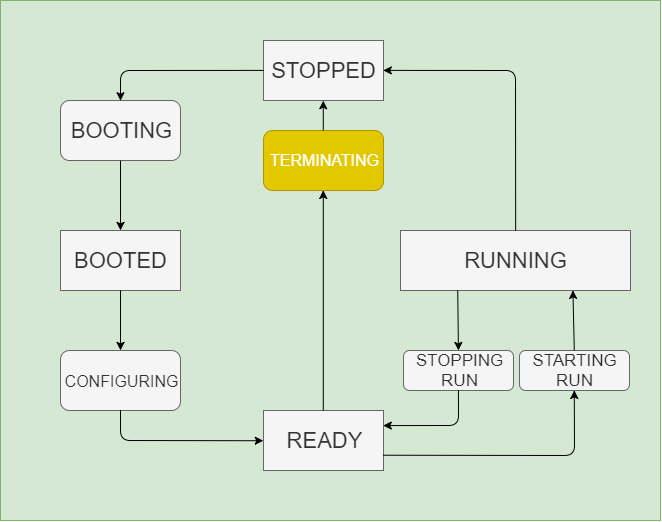
Above: artdaq-runcontrol/resources/images/StateDiagram_terminating.png in ikatza/ArtDaq-RunControl-GUI (draw.io), before the change. Source tidied: cells renumbered, new cells last; positions are measured from the earlier drawing's top-left corner, leaving out a move shared by most shapes. The source it was exported from:
```xml
<mxGraphModel>
  <root>
    <mxCell id="0" />
    <mxCell id="1" parent="0" />
    <mxCell id="2" style="rounded=0;whiteSpace=wrap;html=1;fillColor=#d5e8d4;strokeColor=#82b366;" parent="1" vertex="1">
      <mxGeometry width="660" height="520" as="geometry" />
    </mxCell>
    <mxCell id="3" value="&lt;span&gt;&lt;font style=&quot;font-size: 22px&quot;&gt;STOPPED&lt;/font&gt;&lt;/span&gt;" style="rounded=0;whiteSpace=wrap;html=1;fillColor=#f5f5f5;strokeColor=#666666;fontColor=#333333;" parent="1" vertex="1">
      <mxGeometry x="263" y="40" width="120" height="60" as="geometry" />
    </mxCell>
    <mxCell id="4" value="&lt;span&gt;&lt;font style=&quot;font-size: 22px&quot;&gt;BOOTED&lt;/font&gt;&lt;/span&gt;" style="rounded=0;whiteSpace=wrap;html=1;fillColor=#f5f5f5;strokeColor=#666666;fontColor=#333333;" parent="1" vertex="1">
      <mxGeometry x="60" y="230" width="120" height="60" as="geometry" />
    </mxCell>
    <mxCell id="5" value="&lt;span&gt;&lt;font style=&quot;font-size: 22px&quot;&gt;READY&lt;/font&gt;&lt;/span&gt;" style="rounded=0;whiteSpace=wrap;html=1;fillColor=#f5f5f5;strokeColor=#666666;fontColor=#333333;" parent="1" vertex="1">
      <mxGeometry x="263" y="410" width="120" height="60" as="geometry" />
    </mxCell>
    <mxCell id="6" value="&lt;font style=&quot;font-size: 22px&quot;&gt;BOOTING&lt;/font&gt;" style="rounded=1;whiteSpace=wrap;html=1;fillColor=#f5f5f5;strokeColor=#666666;fontColor=#333333;" parent="1" vertex="1">
      <mxGeometry x="60" y="100" width="120" height="60" as="geometry" />
    </mxCell>
    <mxCell id="7" value="&lt;span&gt;&lt;font style=&quot;font-size: 22px&quot;&gt;RUNNING&lt;/font&gt;&lt;/span&gt;" style="rounded=0;whiteSpace=wrap;html=1;fillColor=#f5f5f5;strokeColor=#666666;fontColor=#333333;" parent="1" vertex="1">
      <mxGeometry x="400" y="230" width="230" height="60" as="geometry" />
    </mxCell>
    <mxCell id="8" value="&lt;font style=&quot;font-size: 16px&quot;&gt;CONFIGURING&lt;/font&gt;" style="rounded=1;whiteSpace=wrap;html=1;fillColor=#f5f5f5;strokeColor=#666666;fontColor=#333333;" parent="1" vertex="1">
      <mxGeometry x="60" y="350" width="120" height="60" as="geometry" />
    </mxCell>
    <mxCell id="9" style="endArrow=classic;html=1;exitX=0;exitY=0.5;exitDx=0;exitDy=0;entryX=0.5;entryY=0;entryDx=0;entryDy=0;" parent="1" edge="1" source="3" target="6">
      <mxGeometry relative="1" as="geometry">
        <Array as="points">
          <mxPoint x="120" y="70" />
        </Array>
      </mxGeometry>
    </mxCell>
    <mxCell id="10" style="endArrow=classic;html=1;exitX=0.5;exitY=1;exitDx=0;exitDy=0;entryX=0.5;entryY=0;entryDx=0;entryDy=0;" parent="1" edge="1" source="6" target="4">
      <mxGeometry relative="1" as="geometry" />
    </mxCell>
    <mxCell id="11" style="endArrow=classic;html=1;exitX=0.5;exitY=1;exitDx=0;exitDy=0;entryX=0.5;entryY=0;entryDx=0;entryDy=0;" parent="1" edge="1" source="4" target="8">
      <mxGeometry relative="1" as="geometry" />
    </mxCell>
    <mxCell id="12" style="endArrow=classic;html=1;exitX=0.5;exitY=1;exitDx=0;exitDy=0;entryX=0;entryY=0.5;entryDx=0;entryDy=0;" parent="1" edge="1" source="8" target="5">
      <mxGeometry relative="1" as="geometry">
        <Array as="points">
          <mxPoint x="120" y="440" />
        </Array>
      </mxGeometry>
    </mxCell>
    <mxCell id="13" value="&lt;font style=&quot;font-size: 17px&quot;&gt;STARTING&lt;br&gt;RUN&lt;br&gt;&lt;/font&gt;" style="rounded=1;whiteSpace=wrap;html=1;fillColor=#f5f5f5;strokeColor=#666666;fontColor=#333333;" parent="1" vertex="1">
      <mxGeometry x="519" y="350" width="110" height="40" as="geometry" />
    </mxCell>
    <mxCell id="14" style="endArrow=classic;html=1;entryX=1;entryY=0.5;entryDx=0;entryDy=0;exitX=0.5;exitY=0;exitDx=0;exitDy=0;" parent="1" edge="1" source="7" target="3">
      <mxGeometry relative="1" as="geometry">
        <Array as="points">
          <mxPoint x="515" y="70" />
        </Array>
      </mxGeometry>
    </mxCell>
    <mxCell id="15" value="&lt;font style=&quot;font-size: 17px&quot;&gt;STOPPING&lt;br&gt;RUN&lt;br&gt;&lt;/font&gt;" style="rounded=1;whiteSpace=wrap;html=1;fillColor=#f5f5f5;strokeColor=#666666;fontColor=#333333;" parent="1" vertex="1">
      <mxGeometry x="403" y="350" width="110" height="40" as="geometry" />
    </mxCell>
    <mxCell id="16" style="endArrow=classic;html=1;entryX=0.75;entryY=1;entryDx=0;entryDy=0;exitX=0.5;exitY=0;exitDx=0;exitDy=0;" parent="1" edge="1" source="13" target="7">
      <mxGeometry relative="1" as="geometry" />
    </mxCell>
    <mxCell id="17" style="endArrow=classic;html=1;exitX=0.25;exitY=1;exitDx=0;exitDy=0;entryX=0.5;entryY=0;entryDx=0;entryDy=0;" parent="1" edge="1" source="7" target="15">
      <mxGeometry relative="1" as="geometry" />
    </mxCell>
    <mxCell id="18" style="endArrow=classic;html=1;entryX=0.5;entryY=1;entryDx=0;entryDy=0;exitX=1;exitY=0.75;exitDx=0;exitDy=0;" parent="1" edge="1" source="5" target="13">
      <mxGeometry relative="1" as="geometry">
        <Array as="points">
          <mxPoint x="574" y="455" />
        </Array>
      </mxGeometry>
    </mxCell>
    <mxCell id="19" style="endArrow=classic;html=1;exitX=0.5;exitY=1;exitDx=0;exitDy=0;entryX=1;entryY=0.25;entryDx=0;entryDy=0;" parent="1" edge="1" source="15" target="5">
      <mxGeometry relative="1" as="geometry">
        <Array as="points">
          <mxPoint x="458" y="425" />
        </Array>
      </mxGeometry>
    </mxCell>
    <mxCell id="20" value="&lt;font style=&quot;font-size: 16px&quot;&gt;TERMINATING&lt;/font&gt;" style="rounded=1;whiteSpace=wrap;html=1;fillColor=#e3c800;strokeColor=#B09500;fontColor=#ffffff;" parent="1" vertex="1">
      <mxGeometry x="263" y="130" width="120" height="60" as="geometry" />
    </mxCell>
    <mxCell id="21" style="endArrow=classic;html=1;entryX=0.5;entryY=1;entryDx=0;entryDy=0;exitX=0.5;exitY=0;exitDx=0;exitDy=0;" parent="1" edge="1" source="20" target="3">
      <mxGeometry relative="1" as="geometry" />
    </mxCell>
    <mxCell id="22" style="endArrow=classic;html=1;entryX=0.5;entryY=1;entryDx=0;entryDy=0;exitX=0.5;exitY=0;exitDx=0;exitDy=0;" parent="1" edge="1" source="5" target="20">
      <mxGeometry relative="1" as="geometry" />
    </mxCell>
  </root>
</mxGraphModel>
```
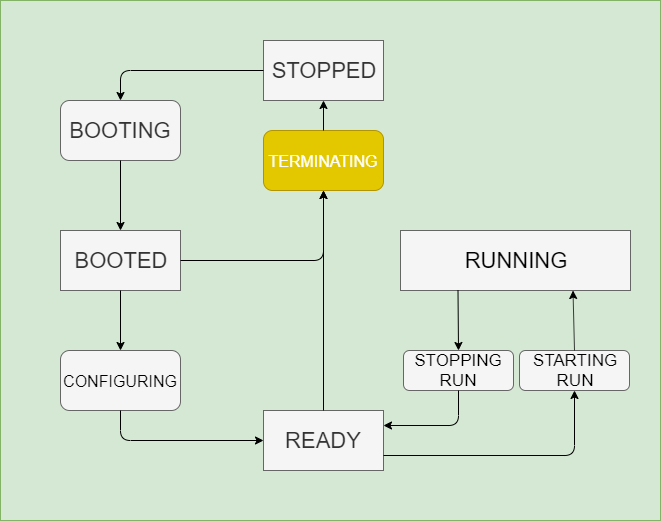
The same diagram one commit later.

Diff of the diagram source:
```diff
@@ -17,10 +17,10 @@
     <mxCell id="6" value="&lt;font style=&quot;font-size: 22px&quot;&gt;BOOTING&lt;/font&gt;" style="rounded=1;whiteSpace=wrap;html=1;fillColor=#f5f5f5;strokeColor=#666666;fontColor=#333333;" parent="1" vertex="1">
       <mxGeometry x="60" y="100" width="120" height="60" as="geometry" />
     </mxCell>
-    <mxCell id="7" value="&lt;span&gt;&lt;font style=&quot;font-size: 22px&quot;&gt;RUNNING&lt;/font&gt;&lt;/span&gt;" style="rounded=0;whiteSpace=wrap;html=1;fillColor=#f5f5f5;strokeColor=#666666;fontColor=#333333;" parent="1" vertex="1">
+    <mxCell id="7" value="&lt;span&gt;&lt;font style=&quot;font-size: 22px&quot;&gt;RUNNING&lt;/font&gt;&lt;/span&gt;" style="rounded=0;whiteSpace=wrap;html=1;fillColor=#F5F5F5;strokeColor=#666666;" parent="1" vertex="1">
       <mxGeometry x="400" y="230" width="230" height="60" as="geometry" />
     </mxCell>
-    <mxCell id="8" value="&lt;font style=&quot;font-size: 16px&quot;&gt;CONFIGURING&lt;/font&gt;" style="rounded=1;whiteSpace=wrap;html=1;fillColor=#f5f5f5;strokeColor=#666666;fontColor=#333333;" parent="1" vertex="1">
+    <mxCell id="8" value="&lt;font style=&quot;font-size: 16px&quot;&gt;CONFIGURING&lt;/font&gt;" style="rounded=1;whiteSpace=wrap;html=1;fillColor=#F5F5F5;strokeColor=#666666;" parent="1" vertex="1">
       <mxGeometry x="60" y="350" width="120" height="60" as="geometry" />
     </mxCell>
     <mxCell id="9" style="endArrow=classic;html=1;exitX=0;exitY=0.5;exitDx=0;exitDy=0;entryX=0.5;entryY=0;entryDx=0;entryDy=0;" parent="1" edge="1" source="3" target="6">
@@ -43,47 +43,47 @@
         </Array>
       </mxGeometry>
     </mxCell>
-    <mxCell id="13" value="&lt;font style=&quot;font-size: 17px&quot;&gt;STARTING&lt;br&gt;RUN&lt;br&gt;&lt;/font&gt;" style="rounded=1;whiteSpace=wrap;html=1;fillColor=#f5f5f5;strokeColor=#666666;fontColor=#333333;" parent="1" vertex="1">
+    <mxCell id="13" value="&lt;font style=&quot;font-size: 17px&quot;&gt;STARTING&lt;br&gt;RUN&lt;br&gt;&lt;/font&gt;" style="rounded=1;whiteSpace=wrap;html=1;fillColor=#f5f5f5;strokeColor=#666666;" parent="1" vertex="1">
       <mxGeometry x="519" y="350" width="110" height="40" as="geometry" />
     </mxCell>
-    <mxCell id="14" style="endArrow=classic;html=1;entryX=1;entryY=0.5;entryDx=0;entryDy=0;exitX=0.5;exitY=0;exitDx=0;exitDy=0;" parent="1" edge="1" source="7" target="3">
-      <mxGeometry relative="1" as="geometry">
-        <Array as="points">
-          <mxPoint x="515" y="70" />
-        </Array>
-      </mxGeometry>
+    <mxCell id="14" value="&lt;font style=&quot;font-size: 17px&quot;&gt;STOPPING&lt;br&gt;RUN&lt;br&gt;&lt;/font&gt;" style="rounded=1;whiteSpace=wrap;html=1;fillColor=#F5F5F5;strokeColor=#666666;" parent="1" vertex="1">
+      <mxGeometry x="403" y="350" width="110" height="40" as="geometry" />
     </mxCell>
-    <mxCell id="15" value="&lt;font style=&quot;font-size: 17px&quot;&gt;STOPPING&lt;br&gt;RUN&lt;br&gt;&lt;/font&gt;" style="rounded=1;whiteSpace=wrap;html=1;fillColor=#f5f5f5;strokeColor=#666666;fontColor=#333333;" parent="1" vertex="1">
-      <mxGeometry x="403" y="350" width="110" height="40" as="geometry" />
+    <mxCell id="15" style="endArrow=classic;html=1;entryX=0.75;entryY=1;entryDx=0;entryDy=0;exitX=0.5;exitY=0;exitDx=0;exitDy=0;" parent="1" edge="1" source="13" target="7">
+      <mxGeometry relative="1" as="geometry" />
     </mxCell>
-    <mxCell id="16" style="endArrow=classic;html=1;entryX=0.75;entryY=1;entryDx=0;entryDy=0;exitX=0.5;exitY=0;exitDx=0;exitDy=0;" parent="1" edge="1" source="13" target="7">
+    <mxCell id="16" style="endArrow=classic;html=1;exitX=0.25;exitY=1;exitDx=0;exitDy=0;entryX=0.5;entryY=0;entryDx=0;entryDy=0;" parent="1" edge="1" source="7" target="14">
       <mxGeometry relative="1" as="geometry" />
     </mxCell>
-    <mxCell id="17" style="endArrow=classic;html=1;exitX=0.25;exitY=1;exitDx=0;exitDy=0;entryX=0.5;entryY=0;entryDx=0;entryDy=0;" parent="1" edge="1" source="7" target="15">
-      <mxGeometry relative="1" as="geometry" />
+    <mxCell id="17" style="endArrow=classic;html=1;entryX=0.5;entryY=1;entryDx=0;entryDy=0;exitX=1;exitY=0.75;exitDx=0;exitDy=0;" parent="1" edge="1" source="5" target="13">
+      <mxGeometry relative="1" as="geometry">
+        <Array as="points">
+          <mxPoint x="574" y="455" />
+        </Array>
+      </mxGeometry>
     </mxCell>
-    <mxCell id="18" style="endArrow=classic;html=1;entryX=0.5;entryY=1;entryDx=0;entryDy=0;exitX=1;exitY=0.75;exitDx=0;exitDy=0;" parent="1" edge="1" source="5" target="13">
+    <mxCell id="18" style="endArrow=classic;html=1;exitX=0.5;exitY=1;exitDx=0;exitDy=0;entryX=1;entryY=0.25;entryDx=0;entryDy=0;" parent="1" edge="1" source="14" target="5">
       <mxGeometry relative="1" as="geometry">
         <Array as="points">
-          <mxPoint x="574" y="455" />
+          <mxPoint x="458" y="425" />
         </Array>
       </mxGeometry>
     </mxCell>
-    <mxCell id="19" style="endArrow=classic;html=1;exitX=0.5;exitY=1;exitDx=0;exitDy=0;entryX=1;entryY=0.25;entryDx=0;entryDy=0;" parent="1" edge="1" source="15" target="5">
-      <mxGeometry relative="1" as="geometry">
-        <Array as="points">
-          <mxPoint x="458" y="425" />
-        </Array>
-      </mxGeometry>
+    <mxCell id="19" value="&lt;font style=&quot;font-size: 16px&quot;&gt;TERMINATING&lt;/font&gt;" style="rounded=1;whiteSpace=wrap;html=1;fillColor=#e3c800;strokeColor=#B09500;fontColor=#ffffff;" parent="1" vertex="1">
+      <mxGeometry x="263" y="130" width="120" height="60" as="geometry" />
     </mxCell>
-    <mxCell id="20" value="&lt;font style=&quot;font-size: 16px&quot;&gt;TERMINATING&lt;/font&gt;" style="rounded=1;whiteSpace=wrap;html=1;fillColor=#e3c800;strokeColor=#B09500;fontColor=#ffffff;" parent="1" vertex="1">
-      <mxGeometry x="263" y="130" width="120" height="60" as="geometry" />
+    <mxCell id="20" style="endArrow=classic;html=1;entryX=0.5;entryY=1;entryDx=0;entryDy=0;exitX=0.5;exitY=0;exitDx=0;exitDy=0;" parent="1" edge="1" source="19" target="3">
+      <mxGeometry relative="1" as="geometry" />
     </mxCell>
-    <mxCell id="21" style="endArrow=classic;html=1;entryX=0.5;entryY=1;entryDx=0;entryDy=0;exitX=0.5;exitY=0;exitDx=0;exitDy=0;" parent="1" edge="1" source="20" target="3">
+    <mxCell id="21" style="endArrow=classic;html=1;entryX=0.5;entryY=1;entryDx=0;entryDy=0;exitX=0.5;exitY=0;exitDx=0;exitDy=0;" parent="1" edge="1" source="5" target="19">
       <mxGeometry relative="1" as="geometry" />
     </mxCell>
-    <mxCell id="22" style="endArrow=classic;html=1;entryX=0.5;entryY=1;entryDx=0;entryDy=0;exitX=0.5;exitY=0;exitDx=0;exitDy=0;" parent="1" edge="1" source="5" target="20">
-      <mxGeometry relative="1" as="geometry" />
+    <mxCell id="22" style="endArrow=classic;html=1;exitX=1;exitY=0.5;exitDx=0;exitDy=0;entryX=0.5;entryY=1;entryDx=0;entryDy=0;" parent="1" edge="1" source="4" target="19">
+      <mxGeometry relative="1" as="geometry">
+        <Array as="points">
+          <mxPoint x="323" y="260" />
+        </Array>
+      </mxGeometry>
     </mxCell>
   </root>
 </mxGraphModel>
```
